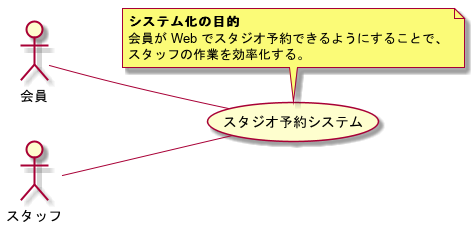
TakashiOnawa/ddd-practice-studio-reservation keeps this PlantUML diagram as modeling/01_SystemContext/SystemContext.png. Above is the earlier version. Source of this version:
```plantuml
@startuml SystemContext

left to right direction

actor 会員
actor スタッフ

usecase (スタジオ予約システム) as studioReservationSystem

会員 -- studioReservationSystem
スタッフ -- studioReservationSystem

note top of studioReservationSystem
<b>システム化の目的</b>
会員が Web でスタジオ予約できるようにすることで、
スタッフの作業を効率化する。
end note

@enduml
```
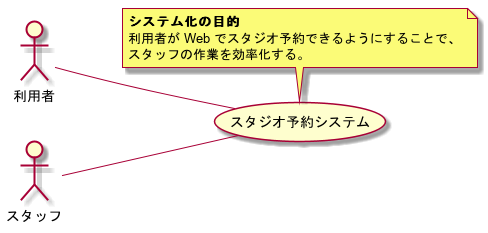
The same diagram one commit later.

Change to the diagram source:
```diff
@@ -2,17 +2,17 @@
 
 left to right direction
 
-actor 会員
+actor 利用者
 actor スタッフ
 
 usecase (スタジオ予約システム) as studioReservationSystem
 
-会員 -- studioReservationSystem
+利用者 -- studioReservationSystem
 スタッフ -- studioReservationSystem
 
 note top of studioReservationSystem
 <b>システム化の目的</b>
-会員が Web でスタジオ予約できるようにすることで、
+利用者が Web でスタジオ予約できるようにすることで、
 スタッフの作業を効率化する。
 end note
 
```
